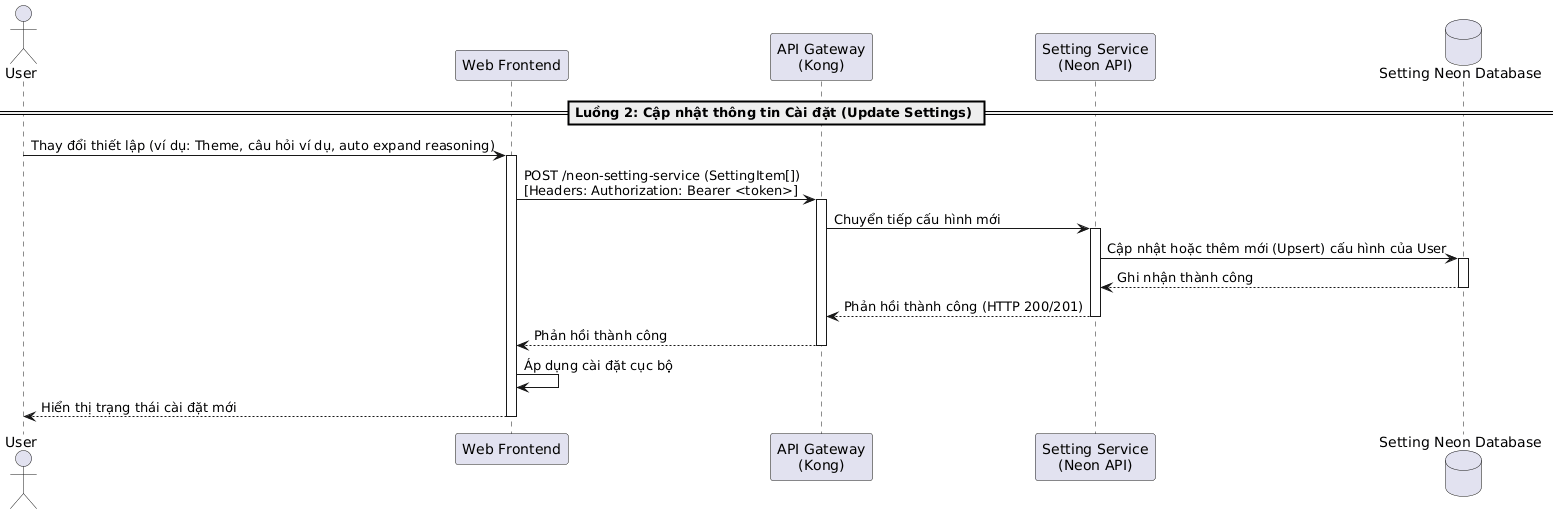
Before: latex/contents/Sequence/UML-Sequence-UserUpdateSettings.png, a diagram exported from PlantUML (20206205Tech/docs-latex).
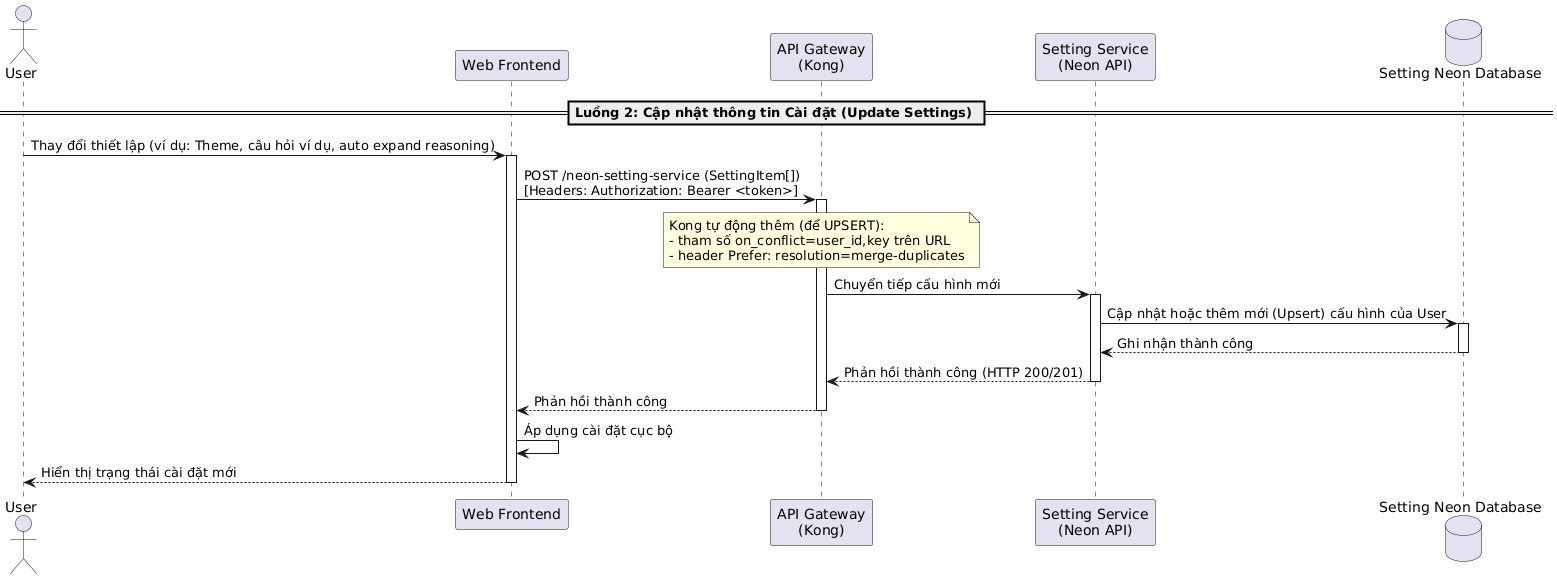
Later version of the same file.

Change to the diagram source:
```diff
@@ -11,6 +11,7 @@
 
 Frontend -> Kong: POST /neon-setting-service (SettingItem[]) \n[Headers: Authorization: Bearer <token>]
 activate Kong
+note over Kong: Kong tự động thêm (để UPSERT):\n- tham số on_conflict=user_id,key trên URL\n- header Prefer: resolution=merge-duplicates
 Kong -> SettingService: Chuyển tiếp cấu hình mới
 activate SettingService
 SettingService -> DB: Cập nhật hoặc thêm mới (Upsert) cấu hình của User
```
